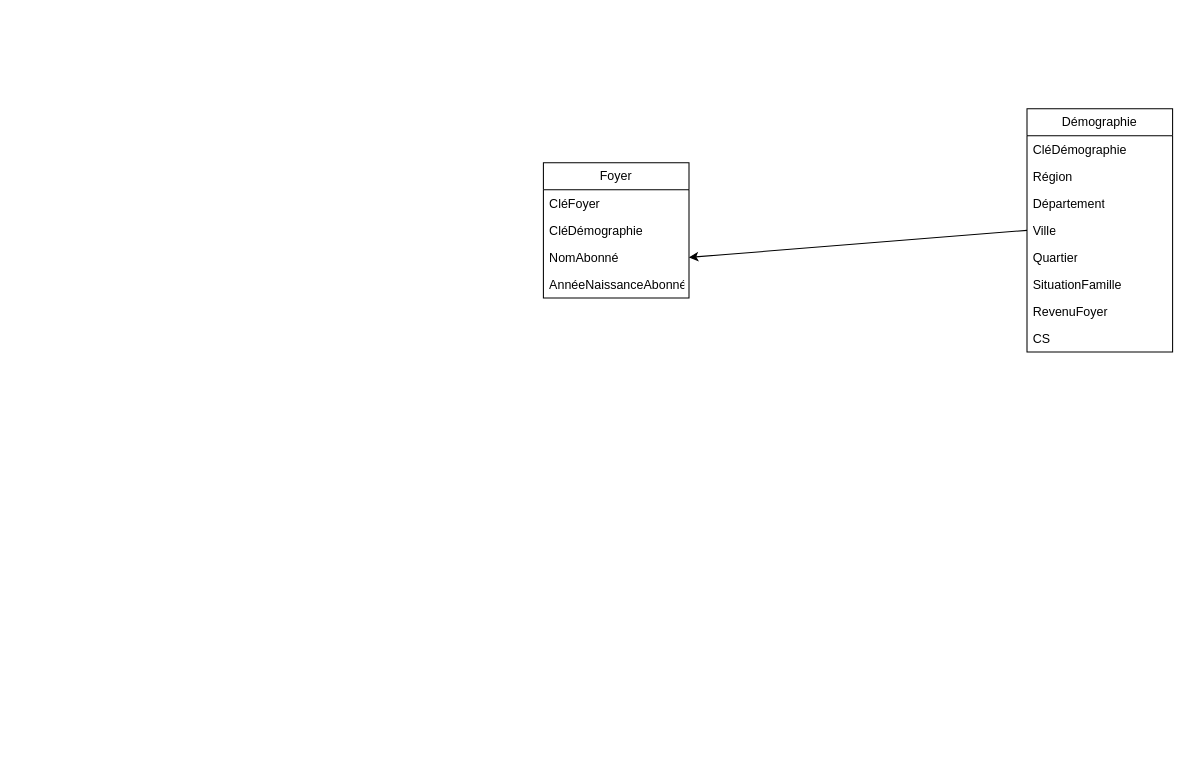
Before: page "NouveauModèle" (6 of 6) of Exercice1/Exercice2.drawio in christart-code/BI, a draw.io diagram. Source tidied: cells renumbered, new cells numbered last; positions are measured from the earlier drawing's top-left corner, leaving out a move shared by most shapes. Both pictures are drawn from the tidied source at 104%, with x=0, y=0 at pixel (543, 108).
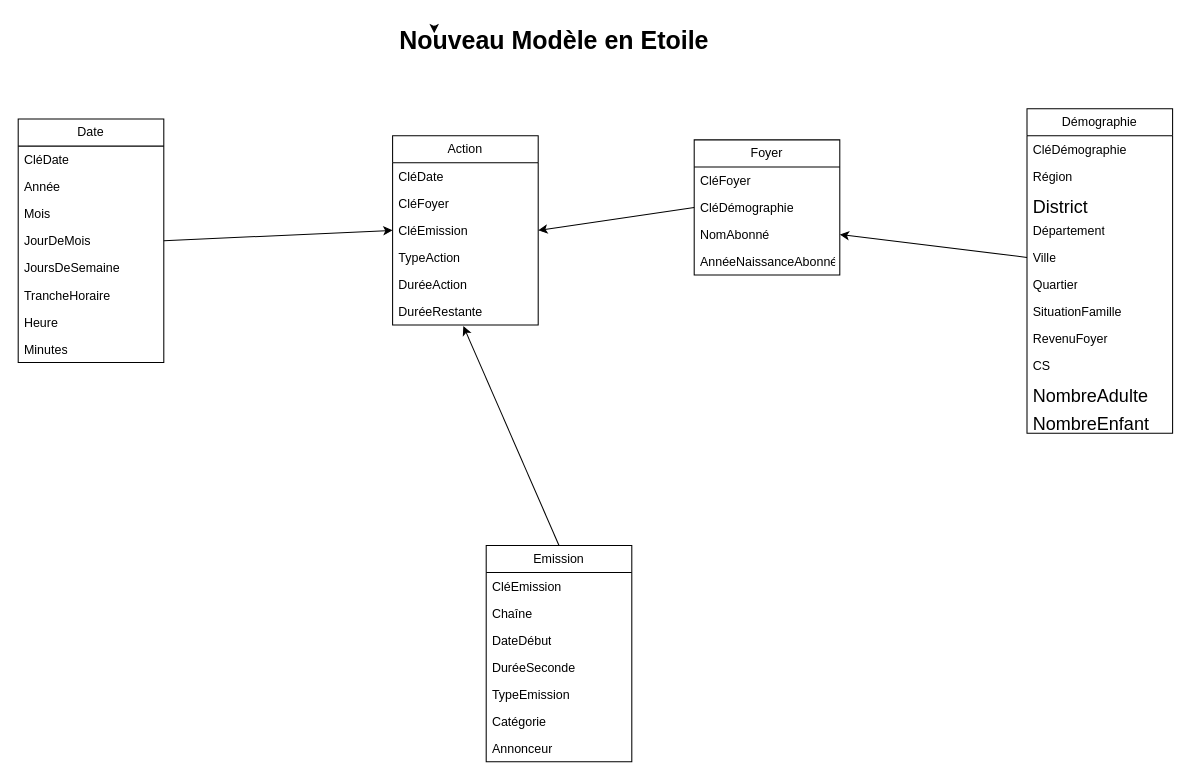
The same diagram, later.

Unchanged cells that the change refers to:
```xml
<mxCell id="13" value="CléDémographie" style="text;strokeColor=none;fillColor=none;align=left;verticalAlign=top;spacingLeft=4;spacingRight=4;overflow=hidden;points=[[0,0.5],[1,0.5]];portConstraint=eastwest;whiteSpace=wrap;html=1;" parent="11" vertex="1">
  <mxGeometry y="52" width="140" height="26" as="geometry" />
</mxCell>
```

The edit, as a diff of the source:
```diff
@@
     <mxCell id="2" value="Démographie" style="swimlane;fontStyle=0;horizontal=1;startSize=26;fillColor=none;whiteSpace=wrap;html=1;" parent="1" vertex="1">
-      <mxGeometry x="465" width="140" height="234" as="geometry" />
+      <mxGeometry x="465" width="140" height="312" as="geometry" />
     </mxCell>
@@
+    <mxCell id="17" value="&lt;span style=&quot;font-size: 13pt; font-family: Calibri;&quot;&gt;District&lt;/span&gt;" style="text;strokeColor=none;fillColor=none;align=left;verticalAlign=top;spacingLeft=4;spacingRight=4;overflow=hidden;whiteSpace=wrap;html=1;" parent="2" vertex="1">
+      <mxGeometry y="78" width="140" height="26" as="geometry" />
+    </mxCell>
     <mxCell id="5" value="Département" style="text;strokeColor=none;fillColor=none;align=left;verticalAlign=top;spacingLeft=4;spacingRight=4;overflow=hidden;whiteSpace=wrap;html=1;" parent="2" vertex="1">
-      <mxGeometry y="78" width="140" height="26" as="geometry" />
+      <mxGeometry y="104" width="140" height="26" as="geometry" />
     </mxCell>
     <mxCell id="6" value="Ville" style="text;strokeColor=none;fillColor=none;align=left;verticalAlign=top;spacingLeft=4;spacingRight=4;overflow=hidden;points=[[0,0.5],[1,0.5]];portConstraint=eastwest;whiteSpace=wrap;html=1;" parent="2" vertex="1">
-      <mxGeometry y="104" width="140" height="26" as="geometry" />
+      <mxGeometry y="130" width="140" height="26" as="geometry" />
     </mxCell>
     <mxCell id="7" value="Quartier" style="text;strokeColor=none;fillColor=none;align=left;verticalAlign=top;spacingLeft=4;spacingRight=4;overflow=hidden;whiteSpace=wrap;html=1;" parent="2" vertex="1">
-      <mxGeometry y="130" width="140" height="26" as="geometry" />
+      <mxGeometry y="156" width="140" height="26" as="geometry" />
     </mxCell>
     <mxCell id="8" value="SituationFamille" style="text;strokeColor=none;fillColor=none;align=left;verticalAlign=top;spacingLeft=4;spacingRight=4;overflow=hidden;whiteSpace=wrap;html=1;" parent="2" vertex="1">
-      <mxGeometry y="156" width="140" height="26" as="geometry" />
+      <mxGeometry y="182" width="140" height="26" as="geometry" />
     </mxCell>
     <mxCell id="9" value="RevenuFoyer" style="text;strokeColor=none;fillColor=none;align=left;verticalAlign=top;spacingLeft=4;spacingRight=4;overflow=hidden;whiteSpace=wrap;html=1;" parent="2" vertex="1">
-      <mxGeometry y="182" width="140" height="26" as="geometry" />
+      <mxGeometry y="208" width="140" height="26" as="geometry" />
     </mxCell>
     <mxCell id="10" value="CS" style="text;strokeColor=none;fillColor=none;align=left;verticalAlign=top;spacingLeft=4;spacingRight=4;overflow=hidden;whiteSpace=wrap;html=1;" parent="2" vertex="1">
-      <mxGeometry y="208" width="140" height="26" as="geometry" />
+      <mxGeometry y="234" width="140" height="26" as="geometry" />
     </mxCell>
+    <mxCell id="18" value="&lt;span style=&quot;font-size: 13pt; font-family: Calibri;&quot;&gt;NombreAdulte&lt;/span&gt;" style="text;strokeColor=none;fillColor=none;align=left;verticalAlign=top;spacingLeft=4;spacingRight=4;overflow=hidden;whiteSpace=wrap;html=1;" parent="2" vertex="1">
+      <mxGeometry y="260" width="140" height="26" as="geometry" />
+    </mxCell>
+    <mxCell id="19" value="&lt;span style=&quot;font-size: 13pt; font-family: Calibri;&quot;&gt;NombreEnfant&lt;/span&gt;" style="text;strokeColor=none;fillColor=none;align=left;verticalAlign=top;spacingLeft=4;spacingRight=4;overflow=hidden;whiteSpace=wrap;html=1;" parent="2" vertex="1">
+      <mxGeometry y="286" width="140" height="26" as="geometry" />
+    </mxCell>
     <mxCell id="11" value="Foyer" style="swimlane;fontStyle=0;horizontal=1;startSize=26;fillColor=none;whiteSpace=wrap;html=1;" parent="1" vertex="1">
-      <mxGeometry y="52" width="140" height="130" as="geometry" />
+      <mxGeometry x="145" y="30" width="140" height="130" as="geometry" />
     </mxCell>
@@
+    <mxCell id="20" value="Date" style="swimlane;fontStyle=0;horizontal=1;startSize=26;fillColor=none;whiteSpace=wrap;html=1;" parent="1" vertex="1">
+      <mxGeometry x="-505" y="10" width="140" height="234" as="geometry" />
+    </mxCell>
+    <mxCell id="21" value="CléDate" style="text;strokeColor=none;fillColor=none;align=left;verticalAlign=top;spacingLeft=4;spacingRight=4;overflow=hidden;whiteSpace=wrap;html=1;" parent="20" vertex="1">
+      <mxGeometry y="26" width="140" height="26" as="geometry" />
+    </mxCell>
+    <mxCell id="22" value="Année" style="text;strokeColor=none;fillColor=none;align=left;verticalAlign=top;spacingLeft=4;spacingRight=4;overflow=hidden;whiteSpace=wrap;html=1;" parent="20" vertex="1">
+      <mxGeometry y="52" width="140" height="26" as="geometry" />
+    </mxCell>
+    <mxCell id="23" value="Mois" style="text;strokeColor=none;fillColor=none;align=left;verticalAlign=top;spacingLeft=4;spacingRight=4;overflow=hidden;whiteSpace=wrap;html=1;" parent="20" vertex="1">
+      <mxGeometry y="78" width="140" height="26" as="geometry" />
+    </mxCell>
+    <mxCell id="24" value="JourDeMois" style="text;strokeColor=none;fillColor=none;align=left;verticalAlign=top;spacingLeft=4;spacingRight=4;overflow=hidden;points=[[0,0.5],[1,0.5]];portConstraint=eastwest;whiteSpace=wrap;html=1;" parent="20" vertex="1">
+      <mxGeometry y="104" width="140" height="26" as="geometry" />
+    </mxCell>
+    <mxCell id="25" value="JoursDeSemaine" style="text;strokeColor=none;fillColor=none;align=left;verticalAlign=top;spacingLeft=4;spacingRight=4;overflow=hidden;whiteSpace=wrap;html=1;" parent="20" vertex="1">
+      <mxGeometry y="130" width="140" height="26" as="geometry" />
+    </mxCell>
+    <mxCell id="26" value="TrancheHoraire" style="text;strokeColor=none;fillColor=none;align=left;verticalAlign=top;spacingLeft=4;spacingRight=4;overflow=hidden;whiteSpace=wrap;html=1;" parent="20" vertex="1">
+      <mxGeometry y="156" width="140" height="26" as="geometry" />
+    </mxCell>
+    <mxCell id="27" value="Heure" style="text;strokeColor=none;fillColor=none;align=left;verticalAlign=top;spacingLeft=4;spacingRight=4;overflow=hidden;whiteSpace=wrap;html=1;" parent="20" vertex="1">
+      <mxGeometry y="182" width="140" height="26" as="geometry" />
+    </mxCell>
+    <mxCell id="28" value="Minutes" style="text;strokeColor=none;fillColor=none;align=left;verticalAlign=top;spacingLeft=4;spacingRight=4;overflow=hidden;whiteSpace=wrap;html=1;" parent="20" vertex="1">
+      <mxGeometry y="208" width="140" height="26" as="geometry" />
+    </mxCell>
+    <mxCell id="29" value="Emission" style="swimlane;fontStyle=0;horizontal=1;startSize=26;fillColor=none;whiteSpace=wrap;html=1;" parent="1" vertex="1">
+      <mxGeometry x="-55" y="420" width="140" height="208" as="geometry" />
+    </mxCell>
+    <mxCell id="30" value="CléEmission" style="text;strokeColor=none;fillColor=none;align=left;verticalAlign=top;spacingLeft=4;spacingRight=4;overflow=hidden;whiteSpace=wrap;html=1;" parent="29" vertex="1">
+      <mxGeometry y="26" width="140" height="26" as="geometry" />
+    </mxCell>
+    <mxCell id="31" value="Chaîne" style="text;strokeColor=none;fillColor=none;align=left;verticalAlign=top;spacingLeft=4;spacingRight=4;overflow=hidden;whiteSpace=wrap;html=1;" parent="29" vertex="1">
+      <mxGeometry y="52" width="140" height="26" as="geometry" />
+    </mxCell>
+    <mxCell id="32" value="DateDébut" style="text;strokeColor=none;fillColor=none;align=left;verticalAlign=top;spacingLeft=4;spacingRight=4;overflow=hidden;whiteSpace=wrap;html=1;" parent="29" vertex="1">
+      <mxGeometry y="78" width="140" height="26" as="geometry" />
+    </mxCell>
+    <mxCell id="33" value="DuréeSeconde" style="text;strokeColor=none;fillColor=none;align=left;verticalAlign=top;spacingLeft=4;spacingRight=4;overflow=hidden;whiteSpace=wrap;html=1;" parent="29" vertex="1">
+      <mxGeometry y="104" width="140" height="26" as="geometry" />
+    </mxCell>
+    <mxCell id="34" value="TypeEmission" style="text;strokeColor=none;fillColor=none;align=left;verticalAlign=top;spacingLeft=4;spacingRight=4;overflow=hidden;whiteSpace=wrap;html=1;" parent="29" vertex="1">
+      <mxGeometry y="130" width="140" height="26" as="geometry" />
+    </mxCell>
+    <mxCell id="35" value="Catégorie" style="text;strokeColor=none;fillColor=none;align=left;verticalAlign=top;spacingLeft=4;spacingRight=4;overflow=hidden;whiteSpace=wrap;html=1;" parent="29" vertex="1">
+      <mxGeometry y="156" width="140" height="26" as="geometry" />
+    </mxCell>
+    <mxCell id="36" value="Annonceur" style="text;strokeColor=none;fillColor=none;align=left;verticalAlign=top;spacingLeft=4;spacingRight=4;overflow=hidden;whiteSpace=wrap;html=1;" parent="29" vertex="1">
+      <mxGeometry y="182" width="140" height="26" as="geometry" />
+    </mxCell>
+    <mxCell id="37" value="Action" style="swimlane;fontStyle=0;horizontal=1;startSize=26;fillColor=none;whiteSpace=wrap;html=1;" parent="1" vertex="1">
+      <mxGeometry x="-145" y="26" width="140" height="182" as="geometry" />
+    </mxCell>
+    <mxCell id="38" value="CléDate" style="text;strokeColor=none;fillColor=none;align=left;verticalAlign=top;spacingLeft=4;spacingRight=4;overflow=hidden;whiteSpace=wrap;html=1;" parent="37" vertex="1">
+      <mxGeometry y="26" width="140" height="26" as="geometry" />
+    </mxCell>
+    <mxCell id="39" value="CléFoyer" style="text;strokeColor=none;fillColor=none;align=left;verticalAlign=top;spacingLeft=4;spacingRight=4;overflow=hidden;whiteSpace=wrap;html=1;" parent="37" vertex="1">
+      <mxGeometry y="52" width="140" height="26" as="geometry" />
+    </mxCell>
+    <mxCell id="40" value="CléEmission" style="text;strokeColor=none;fillColor=none;align=left;verticalAlign=top;spacingLeft=4;spacingRight=4;overflow=hidden;points=[[0,0.5],[1,0.5]];portConstraint=eastwest;whiteSpace=wrap;html=1;" parent="37" vertex="1">
+      <mxGeometry y="78" width="140" height="26" as="geometry" />
+    </mxCell>
+    <mxCell id="41" value="TypeAction" style="text;strokeColor=none;fillColor=none;align=left;verticalAlign=top;spacingLeft=4;spacingRight=4;overflow=hidden;whiteSpace=wrap;html=1;" parent="37" vertex="1">
+      <mxGeometry y="104" width="140" height="26" as="geometry" />
+    </mxCell>
+    <mxCell id="42" value="DuréeAction" style="text;strokeColor=none;fillColor=none;align=left;verticalAlign=top;spacingLeft=4;spacingRight=4;overflow=hidden;whiteSpace=wrap;html=1;" parent="37" vertex="1">
+      <mxGeometry y="130" width="140" height="26" as="geometry" />
+    </mxCell>
+    <mxCell id="43" value="DuréeRestante" style="text;strokeColor=none;fillColor=none;align=left;verticalAlign=top;spacingLeft=4;spacingRight=4;overflow=hidden;points=[[0,0.5],[1,0.5]];portConstraint=eastwest;whiteSpace=wrap;html=1;" parent="37" vertex="1">
+      <mxGeometry y="156" width="140" height="26" as="geometry" />
+    </mxCell>
+    <mxCell id="44" style="endArrow=classic;html=1;rounded=0;exitX=1;exitY=0.5;exitDx=0;exitDy=0;entryX=0;entryY=0.5;entryDx=0;entryDy=0;" parent="1" edge="1" source="24" target="40">
+      <mxGeometry relative="1" as="geometry" />
+    </mxCell>
+    <mxCell id="45" style="endArrow=classic;html=1;rounded=0;entryX=0.486;entryY=1.038;entryDx=0;entryDy=0;entryPerimeter=0;exitX=0.5;exitY=0;exitDx=0;exitDy=0;" parent="1" edge="1" source="29" target="43">
+      <mxGeometry relative="1" as="geometry" />
+    </mxCell>
+    <mxCell id="46" style="endArrow=classic;html=1;rounded=0;entryX=1;entryY=0.5;entryDx=0;entryDy=0;exitX=0;exitY=0.5;exitDx=0;exitDy=0;" parent="1" edge="1" source="13" target="40">
+      <mxGeometry relative="1" as="geometry" />
+    </mxCell>
+    <mxCell id="47" value="Nouveau Modèle en Etoile" style="text;strokeColor=none;fillColor=none;html=1;fontSize=24;fontStyle=1;verticalAlign=middle;align=center;" parent="1" vertex="1">
+      <mxGeometry x="-105" y="-80" width="230" height="30" as="geometry" />
+    </mxCell>
+    <mxCell id="48" style="edgeStyle=orthogonalEdgeStyle;rounded=0;orthogonalLoop=1;jettySize=auto;html=1;exitX=0;exitY=0;exitDx=0;exitDy=0;entryX=0;entryY=0.25;entryDx=0;entryDy=0;" parent="1" edge="1" source="47" target="47">
+      <mxGeometry relative="1" as="geometry" />
+    </mxCell>
```
